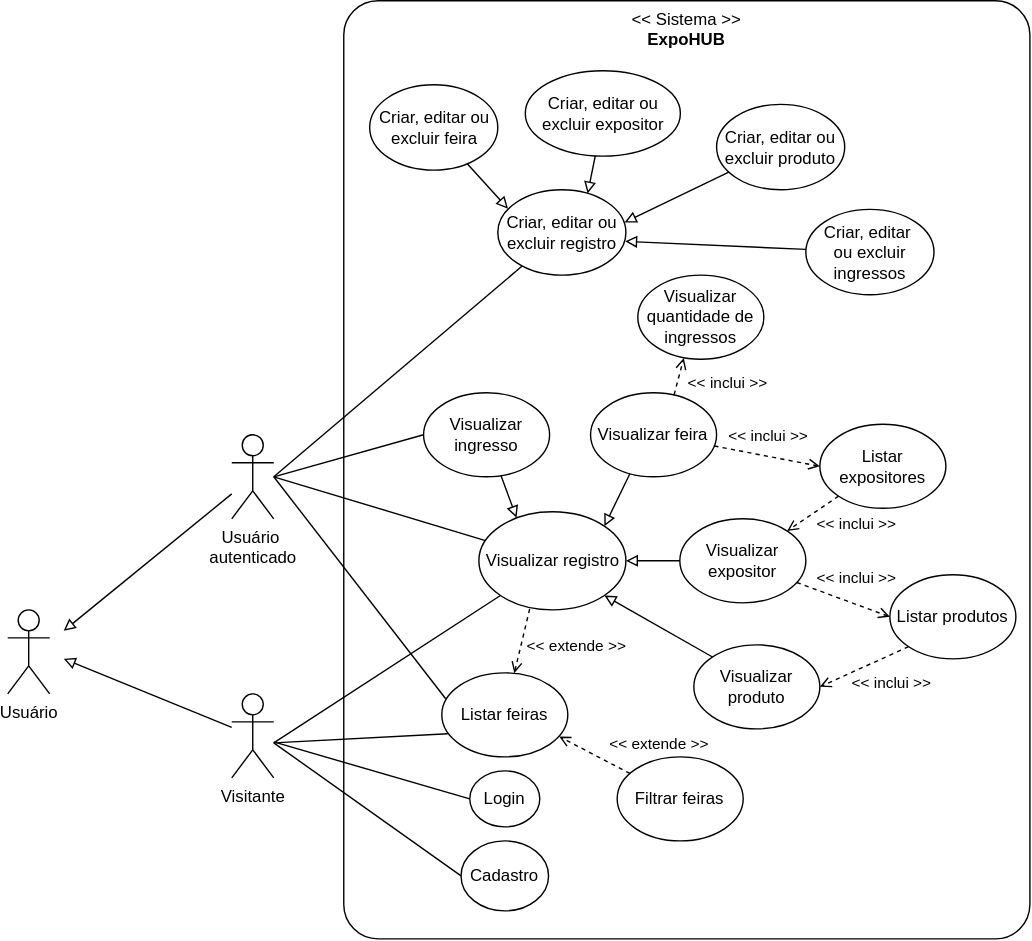
Above: docs/images/use_case_diagram.drawio.svg in gscolombo/YandeHUB (draw.io), before the change. Source tidied: cells renumbered, new cells last; positions are measured from the earlier drawing's top-left corner, leaving out a move shared by most shapes.
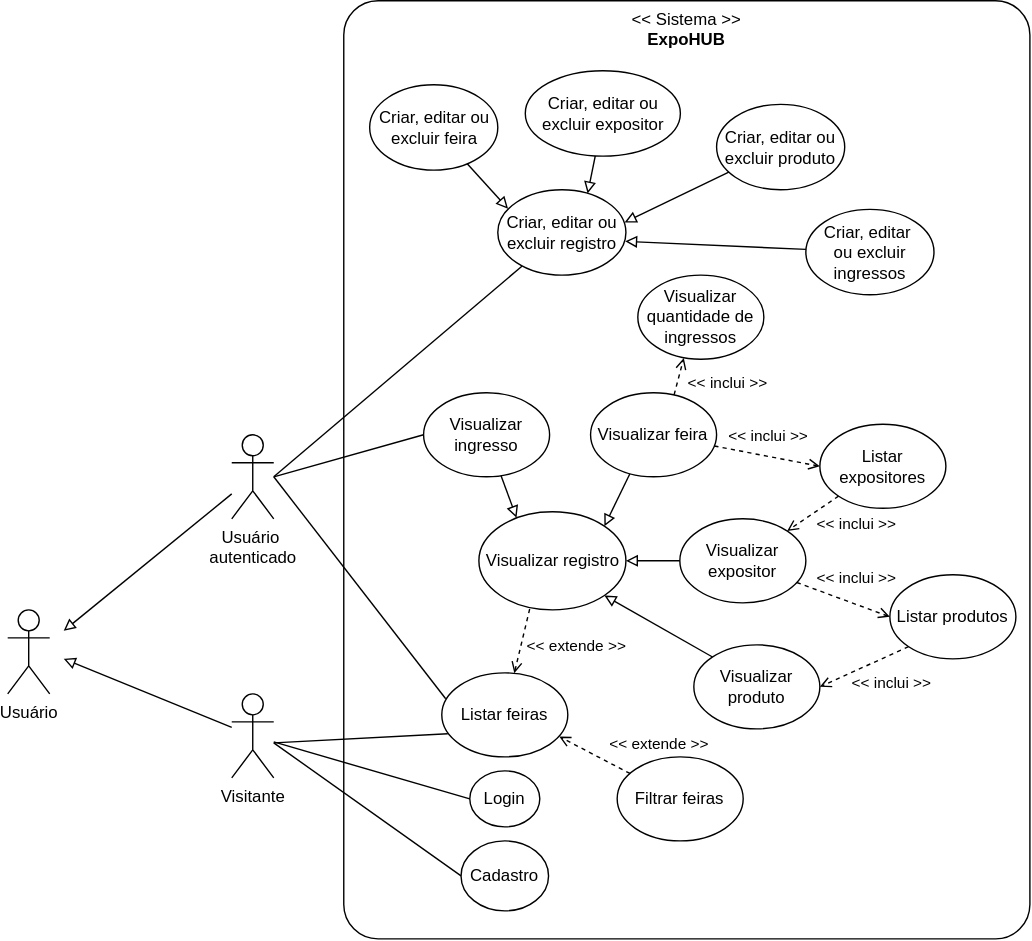
After the change.

The edit, as a diff of the source:
```diff
@@ -40,11 +40,6 @@
         <mxPoint x="190" y="340" as="sourcePoint" />
       </mxGeometry>
     </mxCell>
-    <mxCell id="12" style="rounded=0;jettySize=auto;html=1;endArrow=none;startFill=0;" parent="1" edge="1" target="16">
-      <mxGeometry relative="1" as="geometry">
-        <mxPoint x="190" y="340" as="sourcePoint" />
-      </mxGeometry>
-    </mxCell>
     <mxCell id="13" style="rounded=0;jettySize=auto;html=1;entryX=0;entryY=0.5;entryDx=0;entryDy=0;endArrow=none;startFill=0;" parent="1" edge="1" target="42">
       <mxGeometry relative="1" as="geometry">
         <mxPoint x="190" y="340" as="sourcePoint" />
@@ -53,11 +48,6 @@
     <mxCell id="14" value="&lt;div&gt;Usuário&amp;nbsp;&lt;/div&gt;&lt;div&gt;autenticado&lt;/div&gt;" style="shape=umlActor;verticalLabelPosition=bottom;verticalAlign=top;html=1;outlineConnect=0;" parent="1" vertex="1">
       <mxGeometry x="160" y="310" width="30" height="60" as="geometry" />
     </mxCell>
-    <mxCell id="15" style="rounded=0;jettySize=auto;html=1;exitX=0;exitY=1;exitDx=0;exitDy=0;endArrow=none;startFill=0;" parent="1" edge="1" source="16">
-      <mxGeometry relative="1" as="geometry">
-        <mxPoint x="190" y="530" as="targetPoint" />
-      </mxGeometry>
-    </mxCell>
     <mxCell id="16" value="Visualizar registro" style="ellipse;whiteSpace=wrap;html=1;" parent="1" vertex="1">
       <mxGeometry x="336.5" y="365" width="105" height="70" as="geometry" />
     </mxCell>
```
